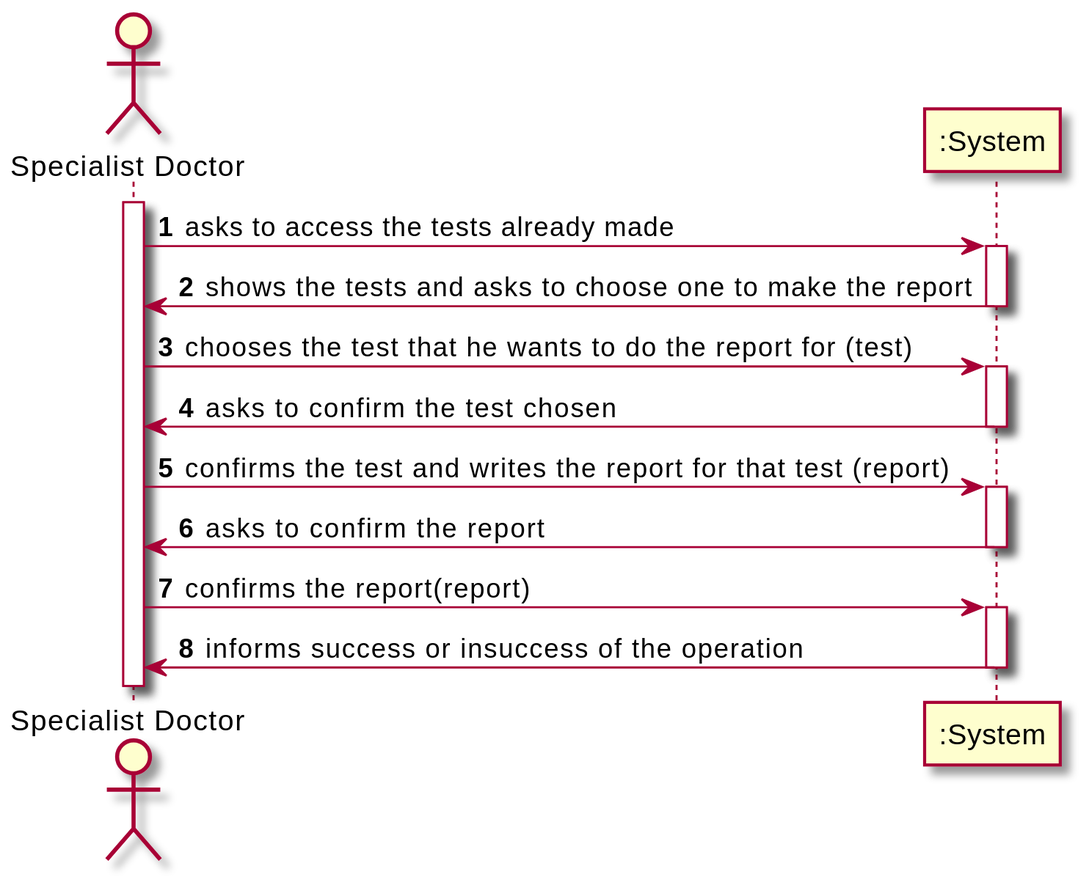
This is docs/SprintC/US14/US14_SSD.svg from jsmarques98/LAPR2-ISEP, a PlantUML export, as it was before one commit.
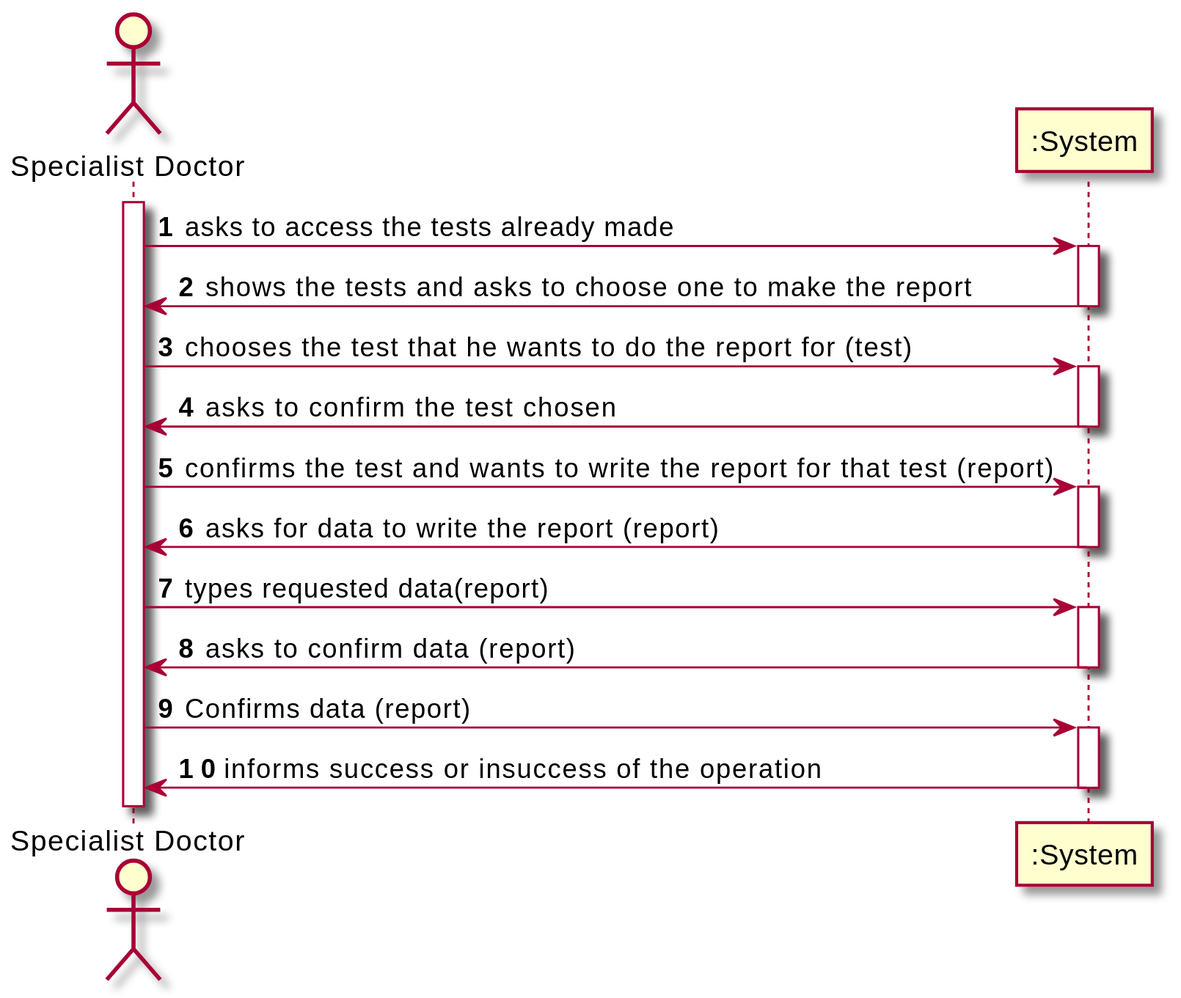
Above is the later version.

The edit, as a diff of the source:
```diff
@@ -19,16 +19,21 @@
 System -> Spec: asks to confirm the test chosen
 deactivate System
 
-Spec -> System: confirms the test and writes the report for that test (report)
+Spec -> System: confirms the test and wants to write the report for that test (report)
 
 activate System
-System -> Spec: asks to confirm the report
+System -> Spec: asks for data to write the report (report)
 deactivate System
 
-Spec -> System: confirms the report(report)
+Spec -> System: types requested data(report)
+
+activate System
+System -> Spec: asks to confirm data (report)
+deactivate System
+
+Spec -> System: Confirms data (report)
 
 activate System
 System -> Spec: informs success or insuccess of the operation
 deactivate System
-
 @enduml
```
